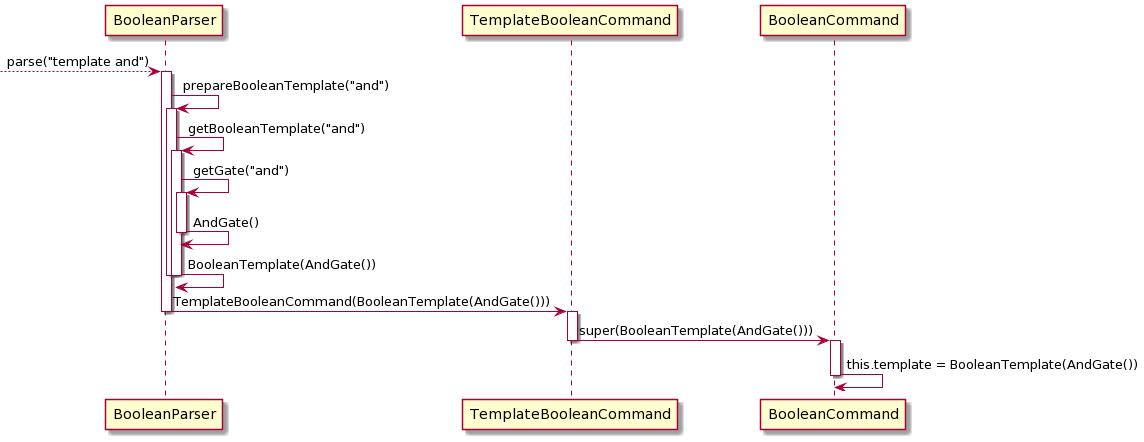
Above: docs/diagrams/TemplateBooleanCommand.png in sevenseasofbri/tp (PlantUML), before the change.
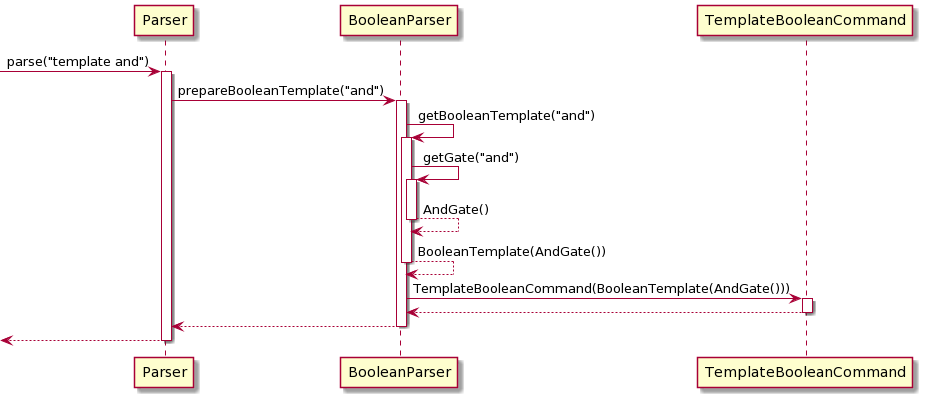
Above is the later version.

Commit message:
Changes to Boolean Commands

The edit, as a diff of the source:
```diff
@@ -1,9 +1,9 @@
 @startuml
--->BooleanParser: parse("template and")
+[->Parser: parse("template and")
 
-activate BooleanParser
+activate Parser
 
-BooleanParser -> BooleanParser: prepareBooleanTemplate("and")
+Parser-> BooleanParser: prepareBooleanTemplate("and")
 
 activate BooleanParser
 
@@ -15,29 +15,23 @@
 
 activate BooleanParser
 
-BooleanParser -> BooleanParser: AndGate()
+BooleanParser --> BooleanParser: AndGate()
 
 deactivate BooleanParser
 
-BooleanParser -> BooleanParser: BooleanTemplate(AndGate())
+BooleanParser --> BooleanParser: BooleanTemplate(AndGate())
 
 deactivate BooleanParser
-
-deactivate BooleanParser
-
 BooleanParser -> TemplateBooleanCommand: TemplateBooleanCommand(BooleanTemplate(AndGate()))
-
-deactivate BooleanParser
 
 activate TemplateBooleanCommand
 
-TemplateBooleanCommand -> BooleanCommand: super(BooleanTemplate(AndGate()))
-
+TemplateBooleanCommand --> BooleanParser
 deactivate TemplateBooleanCommand
 
-activate BooleanCommand
+BooleanParser --> Parser
+deactivate BooleanParser
 
-BooleanCommand -> BooleanCommand: this.template = BooleanTemplate(AndGate())
-
-deactivate BooleanCommand
+[<-- Parser
+deactivate Parser
 @enduml
```
